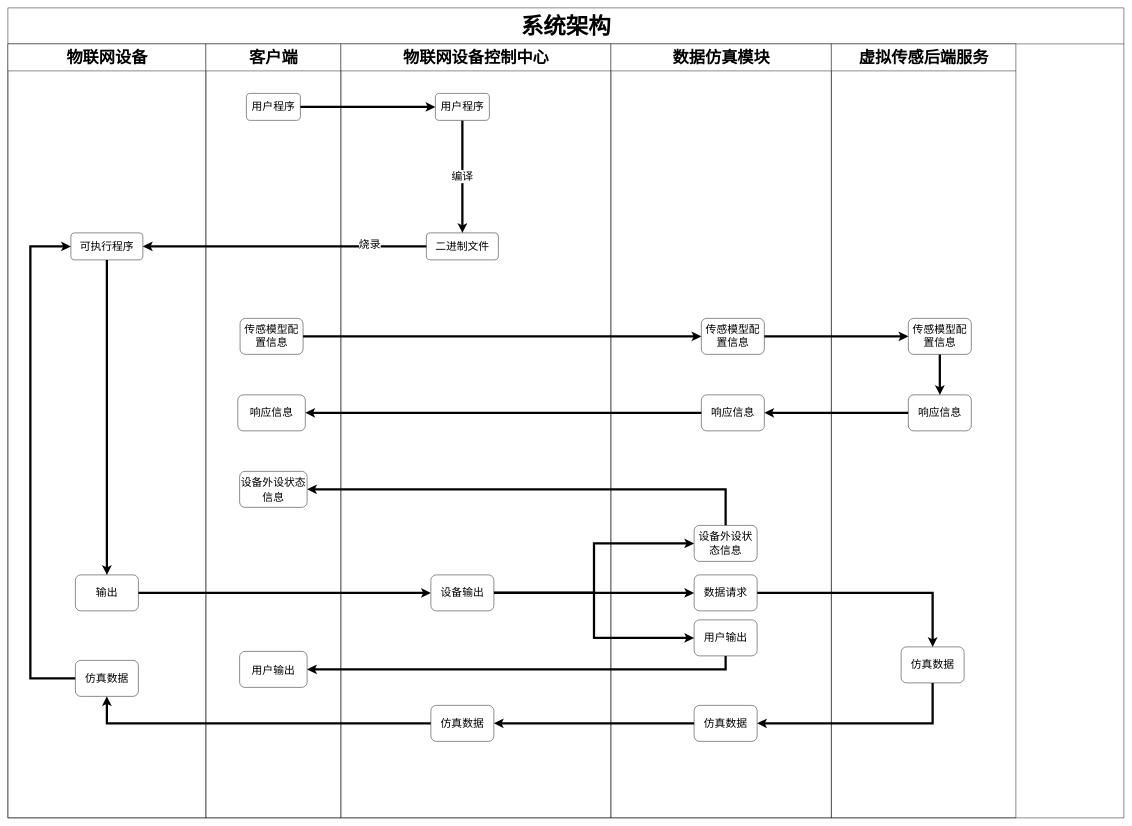
Placeboy/FakeHub keeps this draw.io diagram as Copy of architecture.drawio. Above is the earlier version. Source tidied: cells renumbered, new cells numbered last; positions are measured from the earlier drawing's top-left corner, leaving out a move shared by most shapes. Both pictures are drawn from the tidied source at 45%, with x=0, y=0 at pixel (8, 8).
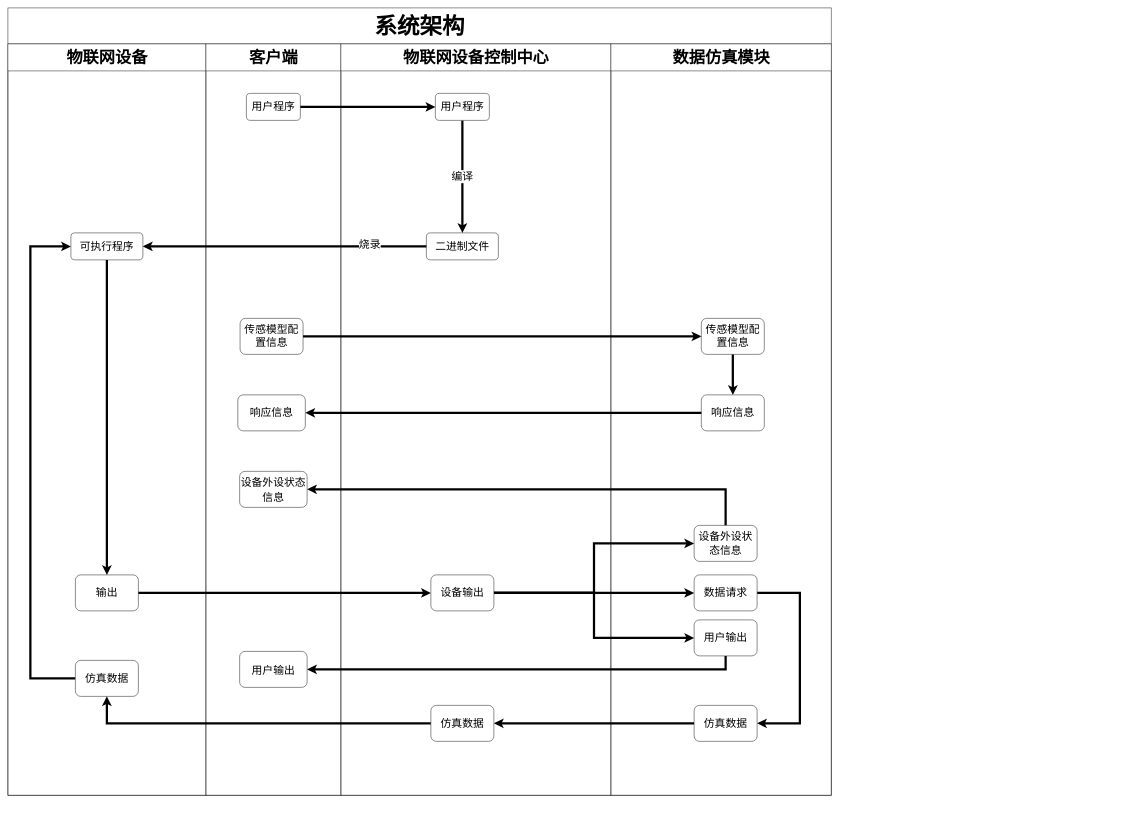
The same page after the edit.

Unchanged cells that the change refers to:
```xml
<mxCell id="31" value="&lt;span style=&quot;font-size: 24px;&quot;&gt;仿真数据&lt;/span&gt;" style="rounded=1;whiteSpace=wrap;html=1;align=center;" parent="30" vertex="1">
  <mxGeometry x="185" y="1470" width="140" height="80" as="geometry" />
</mxCell>
<mxCell id="32" value="&lt;span style=&quot;font-size: 24px&quot;&gt;数据请求&lt;/span&gt;" style="rounded=1;whiteSpace=wrap;html=1;align=center;" parent="30" vertex="1">
  <mxGeometry x="185" y="1180" width="140" height="80" as="geometry" />
</mxCell>
<mxCell id="35" value="&lt;span style=&quot;font-size: 24px;&quot;&gt;传感模型配置信息&lt;/span&gt;" style="rounded=1;whiteSpace=wrap;html=1;align=center;" parent="30" vertex="1">
  <mxGeometry x="201" y="610" width="140" height="80" as="geometry" />
</mxCell>
<mxCell id="36" value="&lt;span style=&quot;font-size: 24px&quot;&gt;响应信息&lt;/span&gt;" style="rounded=1;whiteSpace=wrap;html=1;align=center;" parent="30" vertex="1">
  <mxGeometry x="201" y="780" width="140" height="80" as="geometry" />
</mxCell>
```

What changed in the source:
```diff
@@
     <mxCell id="2" value="&lt;font style=&quot;font-size: 50px;&quot;&gt;系统架构&lt;/font&gt;" style="swimlane;html=1;startSize=80;rounded=0;shadow=0;labelBackgroundColor=none;strokeWidth=1;fontFamily=Verdana;fontSize=8;align=center;" parent="1" vertex="1">
-      <mxGeometry width="2480" height="1800" as="geometry" />
+      <mxGeometry width="1830" height="1750" as="geometry" />
     </mxCell>
     <mxCell id="3" value="&lt;font style=&quot;font-size: 36px;&quot;&gt;物联网设备&lt;/font&gt;" style="swimlane;html=1;startSize=60;" parent="2" vertex="1">
-      <mxGeometry y="80" width="440" height="1720" as="geometry" />
+      <mxGeometry y="80" width="440" height="1670" as="geometry" />
     </mxCell>
@@
     <mxCell id="9" value="&lt;font style=&quot;font-size: 36px;&quot;&gt;客户端&lt;/font&gt;" style="swimlane;html=1;startSize=60;swimlaneLine=1;glass=0;shadow=0;arcSize=15;" parent="2" vertex="1">
-      <mxGeometry x="440" y="80" width="300" height="1720" as="geometry" />
+      <mxGeometry x="440" y="80" width="300" height="1670" as="geometry" />
     </mxCell>
@@
-    <mxCell id="23" style="edgeStyle=orthogonalEdgeStyle;rounded=0;jettySize=auto;html=1;entryX=0.5;entryY=0;entryDx=0;entryDy=0;fontSize=42;startSize=80;strokeWidth=5;" parent="2" edge="1" source="32" target="42">
-      <mxGeometry relative="1" as="geometry" />
-    </mxCell>
     <mxCell id="24" value="&lt;font style=&quot;font-size: 36px;&quot;&gt;物联网设备控制中心&lt;/font&gt;" style="swimlane;html=1;startSize=60;" parent="2" vertex="1">
-      <mxGeometry x="740" y="80" width="600" height="1720" as="geometry" />
+      <mxGeometry x="740" y="80" width="600" height="1670" as="geometry" />
     </mxCell>
@@
     <mxCell id="30" value="&lt;span style=&quot;text-align: start; font-family: 宋体;&quot;&gt;&lt;font style=&quot;font-size: 36px;&quot;&gt;数据仿真模块&lt;/font&gt;&lt;/span&gt;&lt;span style=&quot;font-size: medium; font-weight: 400; text-align: start;&quot;&gt;&lt;/span&gt;" style="swimlane;html=1;startSize=60;" parent="2" vertex="1">
-      <mxGeometry x="1340" y="80" width="490" height="1720" as="geometry" />
+      <mxGeometry x="1340" y="80" width="490" height="1670" as="geometry" />
     </mxCell>
@@
+    <mxCell id="50" style="edgeStyle=orthogonalEdgeStyle;rounded=0;jettySize=auto;html=1;entryX=1;entryY=0.5;entryDx=0;entryDy=0;fontSize=24;strokeWidth=5;" parent="30" edge="1" source="32" target="31">
+      <mxGeometry relative="1" as="geometry">
+        <Array as="points">
+          <mxPoint x="420" y="1220" />
+          <mxPoint x="420" y="1510" />
+        </Array>
+      </mxGeometry>
+    </mxCell>
@@
+    <mxCell id="51" style="edgeStyle=orthogonalEdgeStyle;rounded=0;jettySize=auto;html=1;fontSize=24;strokeWidth=5;" parent="30" edge="1" source="35" target="36">
+      <mxGeometry relative="1" as="geometry" />
+    </mxCell>
@@
-    <mxCell id="39" style="edgeStyle=orthogonalEdgeStyle;rounded=0;jettySize=auto;html=1;entryX=0;entryY=0.5;entryDx=0;entryDy=0;strokeWidth=5;" parent="2" edge="1" source="35" target="45">
-      <mxGeometry relative="1" as="geometry" />
-    </mxCell>
-    <mxCell id="40" style="edgeStyle=orthogonalEdgeStyle;rounded=0;jettySize=auto;html=1;entryX=1;entryY=0.5;entryDx=0;entryDy=0;strokeWidth=5;" parent="2" edge="1" source="43" target="36">
-      <mxGeometry relative="1" as="geometry" />
-    </mxCell>
-    <mxCell id="41" value="&lt;font style=&quot;font-size: 36px;&quot;&gt;虚拟传感后端服务&lt;/font&gt;" style="swimlane;html=1;startSize=60;" parent="2" vertex="1">
-      <mxGeometry x="1830" y="80" width="410" height="1720" as="geometry" />
-    </mxCell>
-    <mxCell id="42" value="&lt;span style=&quot;font-size: 24px;&quot;&gt;仿真数据&lt;/span&gt;" style="rounded=1;whiteSpace=wrap;html=1;align=center;" parent="41" vertex="1">
-      <mxGeometry x="155" y="1340" width="140" height="80" as="geometry" />
-    </mxCell>
-    <mxCell id="43" value="&lt;span style=&quot;font-size: 24px;&quot;&gt;响应信息&lt;/span&gt;" style="rounded=1;whiteSpace=wrap;html=1;align=center;" parent="41" vertex="1">
-      <mxGeometry x="171" y="780" width="140" height="80" as="geometry" />
-    </mxCell>
-    <mxCell id="44" style="edgeStyle=orthogonalEdgeStyle;rounded=0;jettySize=auto;html=1;entryX=0.5;entryY=0;entryDx=0;entryDy=0;strokeWidth=5;" parent="41" edge="1" source="45" target="43">
-      <mxGeometry relative="1" as="geometry" />
-    </mxCell>
-    <mxCell id="45" value="&lt;span style=&quot;font-size: 24px;&quot;&gt;传感模型配置信息&lt;/span&gt;" style="rounded=1;whiteSpace=wrap;html=1;align=center;" parent="41" vertex="1">
-      <mxGeometry x="171" y="610" width="140" height="80" as="geometry" />
-    </mxCell>
@@
-    <mxCell id="49" style="edgeStyle=orthogonalEdgeStyle;rounded=0;jettySize=auto;html=1;entryX=1;entryY=0.5;entryDx=0;entryDy=0;fontSize=24;strokeWidth=5;" parent="2" edge="1" source="42" target="31">
-      <mxGeometry relative="1" as="geometry">
-        <Array as="points">
-          <mxPoint x="2055" y="1590" />
-        </Array>
-      </mxGeometry>
-    </mxCell>
```
